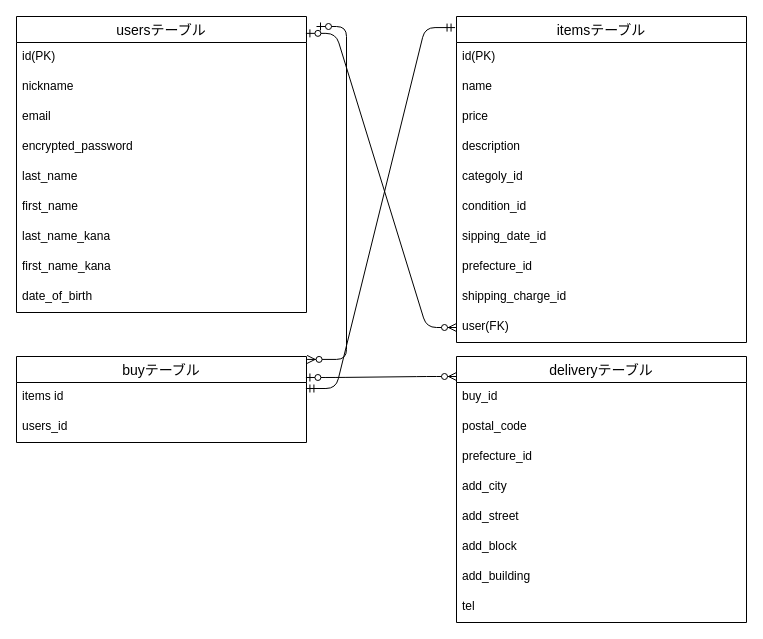
Before: ER.dio in RinRintech/furima-39853, a draw.io diagram. Source tidied: cells renumbered, new cells numbered last; positions are measured from the earlier drawing's top-left corner, leaving out a move shared by most shapes. Both pictures are drawn from the tidied source at 100%, with x=0, y=0 at pixel (16, 16).
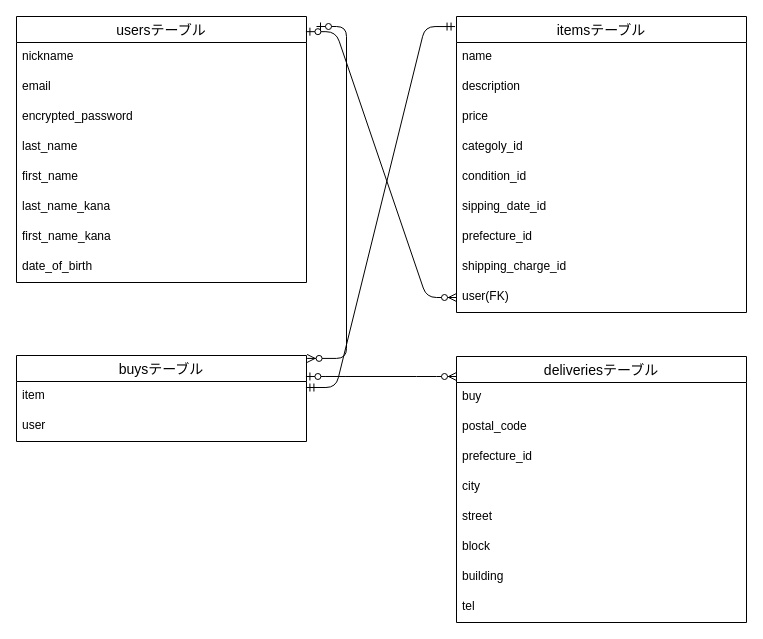
The same page after the edit.

Diff of the diagram source:
```diff
@@
-    <mxCell id="2" value="buyテーブル" style="swimlane;fontStyle=0;horizontal=1;startSize=26;align=center;fontSize=14;" parent="1" vertex="1">
-      <mxGeometry y="340" width="290" height="86" as="geometry" />
+    <mxCell id="2" value="buysテーブル" style="swimlane;fontStyle=0;horizontal=1;startSize=26;align=center;fontSize=14;" parent="1" vertex="1">
+      <mxGeometry y="339" width="290" height="86" as="geometry" />
     </mxCell>
-    <mxCell id="3" value="items id" style="text;strokeColor=none;fillColor=none;spacingLeft=4;spacingRight=4;overflow=hidden;points=[[0,0.5],[1,0.5]];portConstraint=eastwest;fontSize=12;" parent="2" vertex="1">
+    <mxCell id="3" value="item" style="text;strokeColor=none;fillColor=none;spacingLeft=4;spacingRight=4;overflow=hidden;points=[[0,0.5],[1,0.5]];portConstraint=eastwest;fontSize=12;" parent="2" vertex="1">
       <mxGeometry y="26" width="290" height="30" as="geometry" />
     </mxCell>
-    <mxCell id="4" value="users_id" style="text;strokeColor=none;fillColor=none;spacingLeft=4;spacingRight=4;overflow=hidden;fontSize=12;" parent="2" vertex="1">
+    <mxCell id="4" value="user" style="text;strokeColor=none;fillColor=none;spacingLeft=4;spacingRight=4;overflow=hidden;fontSize=12;" parent="2" vertex="1">
       <mxGeometry y="56" width="290" height="30" as="geometry" />
     </mxCell>
     <mxCell id="5" value="itemsテーブル" style="swimlane;fontStyle=0;horizontal=1;startSize=26;align=center;fontSize=14;" parent="1" vertex="1">
-      <mxGeometry x="440" width="290" height="326" as="geometry" />
+      <mxGeometry x="440" width="290" height="296" as="geometry" />
     </mxCell>
-    <mxCell id="6" value="id(PK)" style="text;strokeColor=none;fillColor=none;spacingLeft=4;spacingRight=4;overflow=hidden;fontSize=12;" parent="5" vertex="1">
-      <mxGeometry y="26" width="290" height="30" as="geometry" />
-    </mxCell>
     <mxCell id="7" value="name" style="text;strokeColor=none;fillColor=none;spacingLeft=4;spacingRight=4;overflow=hidden;fontSize=12;" parent="5" vertex="1">
-      <mxGeometry y="56" width="290" height="30" as="geometry" />
+      <mxGeometry y="26" width="290" height="30" as="geometry" />
     </mxCell>
+    <mxCell id="9" value="description" style="text;strokeColor=none;fillColor=none;spacingLeft=4;spacingRight=4;overflow=hidden;fontSize=12;" parent="5" vertex="1">
+      <mxGeometry y="56" width="290" height="30" as="geometry" />
+    </mxCell>
@@
-    <mxCell id="9" value="description" style="text;strokeColor=none;fillColor=none;spacingLeft=4;spacingRight=4;overflow=hidden;fontSize=12;" parent="5" vertex="1">
-      <mxGeometry y="116" width="290" height="30" as="geometry" />
-    </mxCell>
     <mxCell id="10" value="categoly_id" style="text;strokeColor=none;fillColor=none;spacingLeft=4;spacingRight=4;overflow=hidden;fontSize=12;" parent="5" vertex="1">
-      <mxGeometry y="146" width="290" height="30" as="geometry" />
+      <mxGeometry y="116" width="290" height="30" as="geometry" />
     </mxCell>
     <mxCell id="11" value="condition_id" style="text;strokeColor=none;fillColor=none;spacingLeft=4;spacingRight=4;overflow=hidden;fontSize=12;" parent="5" vertex="1">
-      <mxGeometry y="176" width="290" height="30" as="geometry" />
+      <mxGeometry y="146" width="290" height="30" as="geometry" />
     </mxCell>
     <mxCell id="12" value="sipping_date_id" style="text;strokeColor=none;fillColor=none;spacingLeft=4;spacingRight=4;overflow=hidden;fontSize=12;" parent="5" vertex="1">
-      <mxGeometry y="206" width="290" height="30" as="geometry" />
+      <mxGeometry y="176" width="290" height="30" as="geometry" />
     </mxCell>
     <mxCell id="13" value="prefecture_id" style="text;strokeColor=none;fillColor=none;spacingLeft=4;spacingRight=4;overflow=hidden;fontSize=12;" parent="5" vertex="1">
-      <mxGeometry y="236" width="290" height="30" as="geometry" />
+      <mxGeometry y="206" width="290" height="30" as="geometry" />
     </mxCell>
     <mxCell id="14" value="shipping_charge_id" style="text;strokeColor=none;fillColor=none;spacingLeft=4;spacingRight=4;overflow=hidden;fontSize=12;" parent="5" vertex="1">
-      <mxGeometry y="266" width="290" height="30" as="geometry" />
+      <mxGeometry y="236" width="290" height="30" as="geometry" />
     </mxCell>
     <mxCell id="15" value="user(FK)" style="text;strokeColor=none;fillColor=none;spacingLeft=4;spacingRight=4;overflow=hidden;points=[[0,0.5],[1,0.5]];portConstraint=eastwest;fontSize=12;" parent="5" vertex="1">
-      <mxGeometry y="296" width="290" height="30" as="geometry" />
+      <mxGeometry y="266" width="290" height="30" as="geometry" />
     </mxCell>
     <mxCell id="16" value="usersテーブル" style="swimlane;fontStyle=0;horizontal=1;startSize=26;align=center;fontSize=14;" parent="1" vertex="1">
-      <mxGeometry width="290" height="296" as="geometry" />
+      <mxGeometry width="290" height="266" as="geometry" />
     </mxCell>
-    <mxCell id="17" value="id(PK)" style="text;strokeColor=none;fillColor=none;spacingLeft=4;spacingRight=4;overflow=hidden;fontSize=12;" parent="16" vertex="1">
-      <mxGeometry y="26" width="290" height="30" as="geometry" />
-    </mxCell>
     <mxCell id="18" value="nickname" style="text;strokeColor=none;fillColor=none;spacingLeft=4;spacingRight=4;overflow=hidden;fontSize=12;" parent="16" vertex="1">
-      <mxGeometry y="56" width="290" height="30" as="geometry" />
+      <mxGeometry y="26" width="290" height="30" as="geometry" />
     </mxCell>
     <mxCell id="19" value="email" style="text;strokeColor=none;fillColor=none;spacingLeft=4;spacingRight=4;overflow=hidden;fontSize=12;" parent="16" vertex="1">
-      <mxGeometry y="86" width="290" height="30" as="geometry" />
+      <mxGeometry y="56" width="290" height="30" as="geometry" />
     </mxCell>
     <mxCell id="20" value="encrypted_password" style="text;strokeColor=none;fillColor=none;spacingLeft=4;spacingRight=4;overflow=hidden;fontSize=12;" parent="16" vertex="1">
-      <mxGeometry y="116" width="290" height="30" as="geometry" />
+      <mxGeometry y="86" width="290" height="30" as="geometry" />
     </mxCell>
     <mxCell id="21" value="last_name" style="text;strokeColor=none;fillColor=none;spacingLeft=4;spacingRight=4;overflow=hidden;fontSize=12;" parent="16" vertex="1">
-      <mxGeometry y="146" width="290" height="30" as="geometry" />
+      <mxGeometry y="116" width="290" height="30" as="geometry" />
     </mxCell>
     <mxCell id="22" value="first_name" style="text;strokeColor=none;fillColor=none;spacingLeft=4;spacingRight=4;overflow=hidden;fontSize=12;" parent="16" vertex="1">
-      <mxGeometry y="176" width="290" height="30" as="geometry" />
+      <mxGeometry y="146" width="290" height="30" as="geometry" />
     </mxCell>
     <mxCell id="23" value="last_name_kana" style="text;strokeColor=none;fillColor=none;spacingLeft=4;spacingRight=4;overflow=hidden;fontSize=12;" parent="16" vertex="1">
-      <mxGeometry y="206" width="290" height="30" as="geometry" />
+      <mxGeometry y="176" width="290" height="30" as="geometry" />
     </mxCell>
     <mxCell id="24" value="first_name_kana" style="text;strokeColor=none;fillColor=none;spacingLeft=4;spacingRight=4;overflow=hidden;fontSize=12;" parent="16" vertex="1">
-      <mxGeometry y="236" width="290" height="30" as="geometry" />
+      <mxGeometry y="206" width="290" height="30" as="geometry" />
     </mxCell>
     <mxCell id="25" value="date_of_birth" style="text;strokeColor=none;fillColor=none;spacingLeft=4;spacingRight=4;overflow=hidden;fontSize=12;" parent="16" vertex="1">
-      <mxGeometry y="266" width="290" height="30" as="geometry" />
+      <mxGeometry y="236" width="290" height="30" as="geometry" />
     </mxCell>
-    <mxCell id="26" value="deliveryテーブル" style="swimlane;fontStyle=0;horizontal=1;startSize=26;align=center;fontSize=14;" parent="1" vertex="1">
+    <mxCell id="26" value="deliveriesテーブル" style="swimlane;fontStyle=0;horizontal=1;startSize=26;align=center;fontSize=14;" parent="1" vertex="1">
       <mxGeometry x="440" y="340" width="290" height="266" as="geometry" />
     </mxCell>
-    <mxCell id="27" value="buy_id" style="text;strokeColor=none;fillColor=none;spacingLeft=4;spacingRight=4;overflow=hidden;fontSize=12;" parent="26" vertex="1">
+    <mxCell id="27" value="buy" style="text;strokeColor=none;fillColor=none;spacingLeft=4;spacingRight=4;overflow=hidden;fontSize=12;" parent="26" vertex="1">
       <mxGeometry y="26" width="290" height="30" as="geometry" />
     </mxCell>
@@
-    <mxCell id="30" value="add_city" style="text;strokeColor=none;fillColor=none;spacingLeft=4;spacingRight=4;overflow=hidden;fontSize=12;" parent="26" vertex="1">
+    <mxCell id="30" value="city" style="text;strokeColor=none;fillColor=none;spacingLeft=4;spacingRight=4;overflow=hidden;fontSize=12;" parent="26" vertex="1">
       <mxGeometry y="116" width="290" height="30" as="geometry" />
     </mxCell>
-    <mxCell id="31" value="add_street" style="text;strokeColor=none;fillColor=none;spacingLeft=4;spacingRight=4;overflow=hidden;fontSize=12;" parent="26" vertex="1">
+    <mxCell id="31" value="street" style="text;strokeColor=none;fillColor=none;spacingLeft=4;spacingRight=4;overflow=hidden;fontSize=12;" parent="26" vertex="1">
       <mxGeometry y="146" width="290" height="30" as="geometry" />
     </mxCell>
-    <mxCell id="32" value="add_block" style="text;strokeColor=none;fillColor=none;spacingLeft=4;spacingRight=4;overflow=hidden;fontSize=12;" parent="26" vertex="1">
+    <mxCell id="32" value="block" style="text;strokeColor=none;fillColor=none;spacingLeft=4;spacingRight=4;overflow=hidden;fontSize=12;" parent="26" vertex="1">
       <mxGeometry y="176" width="290" height="30" as="geometry" />
     </mxCell>
-    <mxCell id="33" value="add_building" style="text;strokeColor=none;fillColor=none;spacingLeft=4;spacingRight=4;overflow=hidden;fontSize=12;" parent="26" vertex="1">
+    <mxCell id="33" value="building" style="text;strokeColor=none;fillColor=none;spacingLeft=4;spacingRight=4;overflow=hidden;fontSize=12;" parent="26" vertex="1">
       <mxGeometry y="206" width="290" height="30" as="geometry" />
     </mxCell>
```
